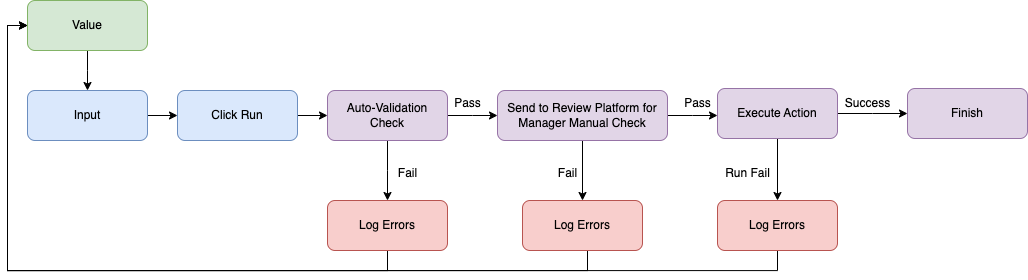
This is assets/images/automation.png from Eloisa12/eloisandroid, a draw.io export, as it was before one commit. Source tidied: cells renumbered, new cells last; positions are measured from the earlier drawing's top-left corner, leaving out a move shared by most shapes. Its diagram source:
```xml
<mxGraphModel>
  <root>
    <mxCell id="0" />
    <mxCell id="1" parent="0" />
    <mxCell id="2" style="edgeStyle=orthogonalEdgeStyle;rounded=0;jettySize=auto;html=1;" parent="1" edge="1" source="3">
      <mxGeometry relative="1" as="geometry">
        <mxPoint x="80" y="90" as="targetPoint" />
      </mxGeometry>
    </mxCell>
    <mxCell id="3" value="Value" style="rounded=1;whiteSpace=wrap;html=1;fillColor=#d5e8d4;strokeColor=#82b366;" parent="1" vertex="1">
      <mxGeometry x="20" width="120" height="50" as="geometry" />
    </mxCell>
    <mxCell id="4" style="edgeStyle=orthogonalEdgeStyle;rounded=0;jettySize=auto;html=1;entryX=0;entryY=0.5;entryDx=0;entryDy=0;" parent="1" edge="1" source="5" target="7">
      <mxGeometry relative="1" as="geometry" />
    </mxCell>
    <mxCell id="5" value="Input" style="rounded=1;whiteSpace=wrap;html=1;fillColor=#dae8fc;strokeColor=#6c8ebf;" parent="1" vertex="1">
      <mxGeometry x="20" y="90" width="120" height="50" as="geometry" />
    </mxCell>
    <mxCell id="6" style="edgeStyle=orthogonalEdgeStyle;rounded=0;jettySize=auto;html=1;" parent="1" edge="1" source="7" target="10">
      <mxGeometry relative="1" as="geometry" />
    </mxCell>
    <mxCell id="7" value="Click Run" style="rounded=1;whiteSpace=wrap;html=1;fillColor=#dae8fc;strokeColor=#6c8ebf;" parent="1" vertex="1">
      <mxGeometry x="170" y="90" width="120" height="50" as="geometry" />
    </mxCell>
    <mxCell id="8" style="edgeStyle=orthogonalEdgeStyle;rounded=0;jettySize=auto;html=1;" parent="1" edge="1" source="10">
      <mxGeometry relative="1" as="geometry">
        <mxPoint x="380" y="200" as="targetPoint" />
      </mxGeometry>
    </mxCell>
    <mxCell id="9" style="edgeStyle=orthogonalEdgeStyle;rounded=0;jettySize=auto;html=1;" parent="1" edge="1" source="10">
      <mxGeometry relative="1" as="geometry">
        <mxPoint x="490" y="115" as="targetPoint" />
      </mxGeometry>
    </mxCell>
    <mxCell id="10" value="Auto-Validation&lt;div&gt;Check&lt;/div&gt;" style="rounded=1;whiteSpace=wrap;html=1;fillColor=#e1d5e7;strokeColor=#9673a6;" parent="1" vertex="1">
      <mxGeometry x="320" y="90" width="120" height="50" as="geometry" />
    </mxCell>
    <mxCell id="11" value="Fail" style="text;html=1;align=center;verticalAlign=middle;strokeColor=none;fillColor=none;" parent="1" vertex="1">
      <mxGeometry x="380" y="158" width="40" height="30" as="geometry" />
    </mxCell>
    <mxCell id="12" style="edgeStyle=orthogonalEdgeStyle;rounded=0;jettySize=auto;html=1;entryX=0;entryY=0.5;entryDx=0;entryDy=0;exitX=0.5;exitY=1;exitDx=0;exitDy=0;" parent="1" edge="1" source="13" target="3">
      <mxGeometry relative="1" as="geometry" />
    </mxCell>
    <mxCell id="13" value="Log Errors" style="rounded=1;whiteSpace=wrap;html=1;fillColor=#f8cecc;strokeColor=#b85450;" parent="1" vertex="1">
      <mxGeometry x="320" y="200" width="120" height="50" as="geometry" />
    </mxCell>
    <mxCell id="14" value="Pass" style="text;html=1;align=center;verticalAlign=middle;strokeColor=none;fillColor=none;" parent="1" vertex="1">
      <mxGeometry x="435" y="88" width="50" height="30" as="geometry" />
    </mxCell>
    <mxCell id="15" style="edgeStyle=orthogonalEdgeStyle;rounded=0;jettySize=auto;html=1;entryX=0.5;entryY=0;entryDx=0;entryDy=0;" parent="1" edge="1" source="17" target="19">
      <mxGeometry relative="1" as="geometry" />
    </mxCell>
    <mxCell id="16" style="edgeStyle=orthogonalEdgeStyle;rounded=0;jettySize=auto;html=1;" parent="1" edge="1" source="17">
      <mxGeometry relative="1" as="geometry">
        <mxPoint x="710" y="115" as="targetPoint" />
      </mxGeometry>
    </mxCell>
    <mxCell id="17" value="Send to Review Platform for&lt;div&gt;Manager Manual Check&lt;/div&gt;" style="rounded=1;whiteSpace=wrap;html=1;fillColor=#e1d5e7;strokeColor=#9673a6;" parent="1" vertex="1">
      <mxGeometry x="490" y="90" width="170" height="50" as="geometry" />
    </mxCell>
    <mxCell id="18" style="edgeStyle=orthogonalEdgeStyle;rounded=0;jettySize=auto;html=1;entryX=0;entryY=0.5;entryDx=0;entryDy=0;" parent="1" edge="1" source="19" target="3">
      <mxGeometry relative="1" as="geometry">
        <Array as="points">
          <mxPoint x="580" y="270" />
          <mxPoint y="270" />
          <mxPoint y="25" />
        </Array>
      </mxGeometry>
    </mxCell>
    <mxCell id="19" value="Log Errors" style="rounded=1;whiteSpace=wrap;html=1;fillColor=#f8cecc;strokeColor=#b85450;" parent="1" vertex="1">
      <mxGeometry x="515" y="200" width="120" height="50" as="geometry" />
    </mxCell>
    <mxCell id="20" value="Fail" style="text;html=1;align=center;verticalAlign=middle;strokeColor=none;fillColor=none;" parent="1" vertex="1">
      <mxGeometry x="540" y="158" width="40" height="30" as="geometry" />
    </mxCell>
    <mxCell id="21" value="Pass" style="text;html=1;align=center;verticalAlign=middle;strokeColor=none;fillColor=none;" parent="1" vertex="1">
      <mxGeometry x="665" y="88" width="50" height="30" as="geometry" />
    </mxCell>
    <mxCell id="22" style="edgeStyle=orthogonalEdgeStyle;rounded=0;jettySize=auto;html=1;entryX=0.5;entryY=0;entryDx=0;entryDy=0;" parent="1" edge="1" source="24" target="27">
      <mxGeometry relative="1" as="geometry" />
    </mxCell>
    <mxCell id="23" style="edgeStyle=orthogonalEdgeStyle;rounded=0;jettySize=auto;html=1;" parent="1" edge="1" source="24">
      <mxGeometry relative="1" as="geometry">
        <mxPoint x="900" y="113" as="targetPoint" />
      </mxGeometry>
    </mxCell>
    <mxCell id="24" value="Execute Action" style="rounded=1;whiteSpace=wrap;html=1;fillColor=#e1d5e7;strokeColor=#9673a6;" parent="1" vertex="1">
      <mxGeometry x="710" y="88" width="120" height="50" as="geometry" />
    </mxCell>
    <mxCell id="25" value="Run Fail" style="text;html=1;align=center;verticalAlign=middle;strokeColor=none;fillColor=none;" parent="1" vertex="1">
      <mxGeometry x="705" y="158" width="70" height="30" as="geometry" />
    </mxCell>
    <mxCell id="26" style="edgeStyle=orthogonalEdgeStyle;rounded=0;jettySize=auto;html=1;entryX=0;entryY=0.5;entryDx=0;entryDy=0;" parent="1" edge="1" source="27" target="3">
      <mxGeometry relative="1" as="geometry">
        <Array as="points">
          <mxPoint x="770" y="270" />
          <mxPoint y="270" />
          <mxPoint y="25" />
        </Array>
      </mxGeometry>
    </mxCell>
    <mxCell id="27" value="Log Errors" style="rounded=1;whiteSpace=wrap;html=1;fillColor=#f8cecc;strokeColor=#b85450;" parent="1" vertex="1">
      <mxGeometry x="710" y="200" width="120" height="50" as="geometry" />
    </mxCell>
    <mxCell id="28" value="Success" style="text;html=1;align=center;verticalAlign=middle;strokeColor=none;fillColor=none;" parent="1" vertex="1">
      <mxGeometry x="825" y="88" width="70" height="30" as="geometry" />
    </mxCell>
    <mxCell id="29" value="Finish" style="rounded=1;whiteSpace=wrap;html=1;fillColor=#e1d5e7;strokeColor=#9673a6;" parent="1" vertex="1">
      <mxGeometry x="900" y="88" width="120" height="50" as="geometry" />
    </mxCell>
  </root>
</mxGraphModel>
```
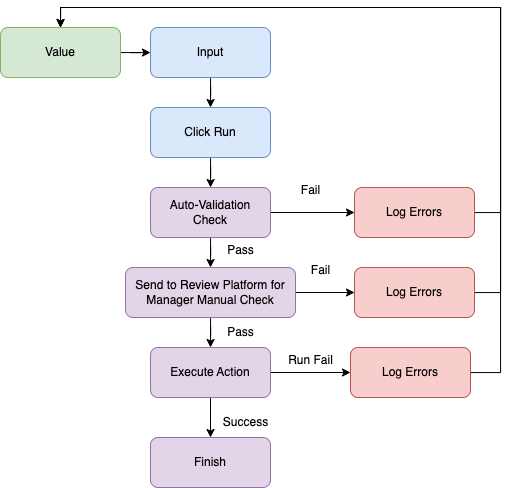
The same diagram one commit later.

The edit, as a diff of the source:
```diff
@@ -2,111 +2,107 @@
   <root>
     <mxCell id="0" />
     <mxCell id="1" parent="0" />
-    <mxCell id="2" style="edgeStyle=orthogonalEdgeStyle;rounded=0;jettySize=auto;html=1;" parent="1" edge="1" source="3">
-      <mxGeometry relative="1" as="geometry">
-        <mxPoint x="80" y="90" as="targetPoint" />
-      </mxGeometry>
-    </mxCell>
+    <mxCell id="30" style="edgeStyle=orthogonalEdgeStyle;rounded=0;jettySize=auto;html=1;" parent="1" edge="1" source="3" target="5">
+      <mxGeometry relative="1" as="geometry" />
+    </mxCell>
     <mxCell id="3" value="Value" style="rounded=1;whiteSpace=wrap;html=1;fillColor=#d5e8d4;strokeColor=#82b366;" parent="1" vertex="1">
       <mxGeometry x="20" width="120" height="50" as="geometry" />
     </mxCell>
-    <mxCell id="4" style="edgeStyle=orthogonalEdgeStyle;rounded=0;jettySize=auto;html=1;entryX=0;entryY=0.5;entryDx=0;entryDy=0;" parent="1" edge="1" source="5" target="7">
+    <mxCell id="4" style="edgeStyle=orthogonalEdgeStyle;rounded=0;jettySize=auto;html=1;entryX=0.5;entryY=0;entryDx=0;entryDy=0;" parent="1" edge="1" source="5" target="7">
       <mxGeometry relative="1" as="geometry" />
     </mxCell>
     <mxCell id="5" value="Input" style="rounded=1;whiteSpace=wrap;html=1;fillColor=#dae8fc;strokeColor=#6c8ebf;" parent="1" vertex="1">
-      <mxGeometry x="20" y="90" width="120" height="50" as="geometry" />
+      <mxGeometry x="170" width="120" height="50" as="geometry" />
     </mxCell>
     <mxCell id="6" style="edgeStyle=orthogonalEdgeStyle;rounded=0;jettySize=auto;html=1;" parent="1" edge="1" source="7" target="10">
       <mxGeometry relative="1" as="geometry" />
     </mxCell>
     <mxCell id="7" value="Click Run" style="rounded=1;whiteSpace=wrap;html=1;fillColor=#dae8fc;strokeColor=#6c8ebf;" parent="1" vertex="1">
-      <mxGeometry x="170" y="90" width="120" height="50" as="geometry" />
+      <mxGeometry x="170" y="80" width="120" height="50" as="geometry" />
     </mxCell>
-    <mxCell id="8" style="edgeStyle=orthogonalEdgeStyle;rounded=0;jettySize=auto;html=1;" parent="1" edge="1" source="10">
-      <mxGeometry relative="1" as="geometry">
-        <mxPoint x="380" y="200" as="targetPoint" />
-      </mxGeometry>
-    </mxCell>
-    <mxCell id="9" style="edgeStyle=orthogonalEdgeStyle;rounded=0;jettySize=auto;html=1;" parent="1" edge="1" source="10">
-      <mxGeometry relative="1" as="geometry">
-        <mxPoint x="490" y="115" as="targetPoint" />
-      </mxGeometry>
-    </mxCell>
+    <mxCell id="31" style="edgeStyle=orthogonalEdgeStyle;rounded=0;jettySize=auto;html=1;entryX=0;entryY=0.5;entryDx=0;entryDy=0;" parent="1" edge="1" source="10" target="39">
+      <mxGeometry relative="1" as="geometry" />
+    </mxCell>
+    <mxCell id="32" style="edgeStyle=orthogonalEdgeStyle;rounded=0;jettySize=auto;html=1;entryX=0.5;entryY=0;entryDx=0;entryDy=0;" parent="1" edge="1" source="10" target="17">
+      <mxGeometry relative="1" as="geometry" />
+    </mxCell>
     <mxCell id="10" value="Auto-Validation&lt;div&gt;Check&lt;/div&gt;" style="rounded=1;whiteSpace=wrap;html=1;fillColor=#e1d5e7;strokeColor=#9673a6;" parent="1" vertex="1">
-      <mxGeometry x="320" y="90" width="120" height="50" as="geometry" />
+      <mxGeometry x="170" y="160" width="120" height="50" as="geometry" />
     </mxCell>
-    <mxCell id="11" value="Fail" style="text;html=1;align=center;verticalAlign=middle;strokeColor=none;fillColor=none;" parent="1" vertex="1">
-      <mxGeometry x="380" y="158" width="40" height="30" as="geometry" />
-    </mxCell>
-    <mxCell id="12" style="edgeStyle=orthogonalEdgeStyle;rounded=0;jettySize=auto;html=1;entryX=0;entryY=0.5;entryDx=0;entryDy=0;exitX=0.5;exitY=1;exitDx=0;exitDy=0;" parent="1" edge="1" source="13" target="3">
-      <mxGeometry relative="1" as="geometry" />
-    </mxCell>
-    <mxCell id="13" value="Log Errors" style="rounded=1;whiteSpace=wrap;html=1;fillColor=#f8cecc;strokeColor=#b85450;" parent="1" vertex="1">
-      <mxGeometry x="320" y="200" width="120" height="50" as="geometry" />
-    </mxCell>
-    <mxCell id="14" value="Pass" style="text;html=1;align=center;verticalAlign=middle;strokeColor=none;fillColor=none;" parent="1" vertex="1">
-      <mxGeometry x="435" y="88" width="50" height="30" as="geometry" />
-    </mxCell>
-    <mxCell id="15" style="edgeStyle=orthogonalEdgeStyle;rounded=0;jettySize=auto;html=1;entryX=0.5;entryY=0;entryDx=0;entryDy=0;" parent="1" edge="1" source="17" target="19">
-      <mxGeometry relative="1" as="geometry" />
-    </mxCell>
-    <mxCell id="16" style="edgeStyle=orthogonalEdgeStyle;rounded=0;jettySize=auto;html=1;" parent="1" edge="1" source="17">
-      <mxGeometry relative="1" as="geometry">
-        <mxPoint x="710" y="115" as="targetPoint" />
-      </mxGeometry>
-    </mxCell>
+    <mxCell id="33" style="edgeStyle=orthogonalEdgeStyle;rounded=0;jettySize=auto;html=1;entryX=0.5;entryY=0;entryDx=0;entryDy=0;" parent="1" edge="1" source="17" target="24">
+      <mxGeometry relative="1" as="geometry" />
+    </mxCell>
+    <mxCell id="34" style="edgeStyle=orthogonalEdgeStyle;rounded=0;jettySize=auto;html=1;exitX=1;exitY=0.5;exitDx=0;exitDy=0;" parent="1" edge="1" source="17" target="37">
+      <mxGeometry relative="1" as="geometry" />
+    </mxCell>
     <mxCell id="17" value="Send to Review Platform for&lt;div&gt;Manager Manual Check&lt;/div&gt;" style="rounded=1;whiteSpace=wrap;html=1;fillColor=#e1d5e7;strokeColor=#9673a6;" parent="1" vertex="1">
-      <mxGeometry x="490" y="90" width="170" height="50" as="geometry" />
+      <mxGeometry x="145" y="240" width="170" height="50" as="geometry" />
     </mxCell>
-    <mxCell id="18" style="edgeStyle=orthogonalEdgeStyle;rounded=0;jettySize=auto;html=1;entryX=0;entryY=0.5;entryDx=0;entryDy=0;" parent="1" edge="1" source="19" target="3">
-      <mxGeometry relative="1" as="geometry">
-        <Array as="points">
-          <mxPoint x="580" y="270" />
-          <mxPoint y="270" />
-          <mxPoint y="25" />
-        </Array>
-      </mxGeometry>
-    </mxCell>
-    <mxCell id="19" value="Log Errors" style="rounded=1;whiteSpace=wrap;html=1;fillColor=#f8cecc;strokeColor=#b85450;" parent="1" vertex="1">
-      <mxGeometry x="515" y="200" width="120" height="50" as="geometry" />
-    </mxCell>
-    <mxCell id="20" value="Fail" style="text;html=1;align=center;verticalAlign=middle;strokeColor=none;fillColor=none;" parent="1" vertex="1">
-      <mxGeometry x="540" y="158" width="40" height="30" as="geometry" />
-    </mxCell>
-    <mxCell id="21" value="Pass" style="text;html=1;align=center;verticalAlign=middle;strokeColor=none;fillColor=none;" parent="1" vertex="1">
-      <mxGeometry x="665" y="88" width="50" height="30" as="geometry" />
-    </mxCell>
+    <mxCell id="35" style="edgeStyle=orthogonalEdgeStyle;rounded=0;jettySize=auto;html=1;entryX=0.5;entryY=0;entryDx=0;entryDy=0;" parent="1" edge="1" source="24" target="29">
+      <mxGeometry relative="1" as="geometry" />
+    </mxCell>
-    <mxCell id="22" style="edgeStyle=orthogonalEdgeStyle;rounded=0;jettySize=auto;html=1;entryX=0.5;entryY=0;entryDx=0;entryDy=0;" parent="1" edge="1" source="24" target="27">
+    <mxCell id="22" style="edgeStyle=orthogonalEdgeStyle;rounded=0;jettySize=auto;html=1;entryX=0;entryY=0.5;entryDx=0;entryDy=0;" parent="1" edge="1" source="24" target="27">
       <mxGeometry relative="1" as="geometry" />
     </mxCell>
-    <mxCell id="23" style="edgeStyle=orthogonalEdgeStyle;rounded=0;jettySize=auto;html=1;" parent="1" edge="1" source="24">
-      <mxGeometry relative="1" as="geometry">
-        <mxPoint x="900" y="113" as="targetPoint" />
-      </mxGeometry>
-    </mxCell>
     <mxCell id="24" value="Execute Action" style="rounded=1;whiteSpace=wrap;html=1;fillColor=#e1d5e7;strokeColor=#9673a6;" parent="1" vertex="1">
-      <mxGeometry x="710" y="88" width="120" height="50" as="geometry" />
+      <mxGeometry x="170" y="320" width="120" height="50" as="geometry" />
     </mxCell>
-    <mxCell id="25" value="Run Fail" style="text;html=1;align=center;verticalAlign=middle;strokeColor=none;fillColor=none;" parent="1" vertex="1">
-      <mxGeometry x="705" y="158" width="70" height="30" as="geometry" />
-    </mxCell>
-    <mxCell id="26" style="edgeStyle=orthogonalEdgeStyle;rounded=0;jettySize=auto;html=1;entryX=0;entryY=0.5;entryDx=0;entryDy=0;" parent="1" edge="1" source="27" target="3">
+    <mxCell id="26" style="edgeStyle=orthogonalEdgeStyle;rounded=0;jettySize=auto;html=1;entryX=0.5;entryY=0;entryDx=0;entryDy=0;" parent="1" edge="1" source="27" target="3">
       <mxGeometry relative="1" as="geometry">
         <Array as="points">
-          <mxPoint x="770" y="270" />
-          <mxPoint y="270" />
-          <mxPoint y="25" />
+          <mxPoint x="520" y="345" />
+          <mxPoint x="520" y="-20" />
+          <mxPoint x="80" y="-20" />
         </Array>
       </mxGeometry>
     </mxCell>
     <mxCell id="27" value="Log Errors" style="rounded=1;whiteSpace=wrap;html=1;fillColor=#f8cecc;strokeColor=#b85450;" parent="1" vertex="1">
-      <mxGeometry x="710" y="200" width="120" height="50" as="geometry" />
+      <mxGeometry x="370" y="320" width="120" height="50" as="geometry" />
     </mxCell>
+    <mxCell id="29" value="Finish" style="rounded=1;whiteSpace=wrap;html=1;fillColor=#e1d5e7;strokeColor=#9673a6;" parent="1" vertex="1">
+      <mxGeometry x="170" y="410" width="120" height="50" as="geometry" />
+    </mxCell>
+    <mxCell id="36" style="edgeStyle=orthogonalEdgeStyle;rounded=0;jettySize=auto;html=1;entryX=0.5;entryY=0;entryDx=0;entryDy=0;" parent="1" edge="1" source="37" target="3">
+      <mxGeometry relative="1" as="geometry">
+        <Array as="points">
+          <mxPoint x="520" y="265" />
+          <mxPoint x="520" y="-20" />
+          <mxPoint x="80" y="-20" />
+        </Array>
+      </mxGeometry>
+    </mxCell>
+    <mxCell id="37" value="Log Errors" style="rounded=1;whiteSpace=wrap;html=1;fillColor=#f8cecc;strokeColor=#b85450;" parent="1" vertex="1">
+      <mxGeometry x="374" y="240" width="120" height="50" as="geometry" />
+    </mxCell>
+    <mxCell id="38" style="edgeStyle=orthogonalEdgeStyle;rounded=0;jettySize=auto;html=1;entryX=0.5;entryY=0;entryDx=0;entryDy=0;" parent="1" edge="1" source="39" target="3">
+      <mxGeometry relative="1" as="geometry">
+        <Array as="points">
+          <mxPoint x="520" y="185" />
+          <mxPoint x="520" y="-20" />
+          <mxPoint x="80" y="-20" />
+        </Array>
+      </mxGeometry>
+    </mxCell>
+    <mxCell id="39" value="Log Errors" style="rounded=1;whiteSpace=wrap;html=1;fillColor=#f8cecc;strokeColor=#b85450;" parent="1" vertex="1">
+      <mxGeometry x="374" y="160" width="120" height="50" as="geometry" />
+    </mxCell>
     <mxCell id="28" value="Success" style="text;html=1;align=center;verticalAlign=middle;strokeColor=none;fillColor=none;" parent="1" vertex="1">
-      <mxGeometry x="825" y="88" width="70" height="30" as="geometry" />
+      <mxGeometry x="230" y="380" width="70" height="30" as="geometry" />
     </mxCell>
-    <mxCell id="29" value="Finish" style="rounded=1;whiteSpace=wrap;html=1;fillColor=#e1d5e7;strokeColor=#9673a6;" parent="1" vertex="1">
-      <mxGeometry x="900" y="88" width="120" height="50" as="geometry" />
-    </mxCell>
+    <mxCell id="40" value="Pass" style="text;html=1;align=center;verticalAlign=middle;strokeColor=none;fillColor=none;" parent="1" vertex="1">
+      <mxGeometry x="235" y="290" width="50" height="30" as="geometry" />
+    </mxCell>
+    <mxCell id="41" value="Pass" style="text;html=1;align=center;verticalAlign=middle;strokeColor=none;fillColor=none;" parent="1" vertex="1">
+      <mxGeometry x="235" y="208" width="50" height="30" as="geometry" />
+    </mxCell>
+    <mxCell id="42" value="Fail" style="text;html=1;align=center;verticalAlign=middle;strokeColor=none;fillColor=none;" parent="1" vertex="1">
+      <mxGeometry x="310" y="148" width="40" height="30" as="geometry" />
+    </mxCell>
+    <mxCell id="43" value="Fail" style="text;html=1;align=center;verticalAlign=middle;strokeColor=none;fillColor=none;" parent="1" vertex="1">
+      <mxGeometry x="320" y="228" width="40" height="30" as="geometry" />
+    </mxCell>
+    <mxCell id="25" value="Run Fail" style="text;html=1;align=center;verticalAlign=middle;strokeColor=none;fillColor=none;" parent="1" vertex="1">
+      <mxGeometry x="295" y="318" width="70" height="30" as="geometry" />
+    </mxCell>
   </root>
 </mxGraphModel>
```
